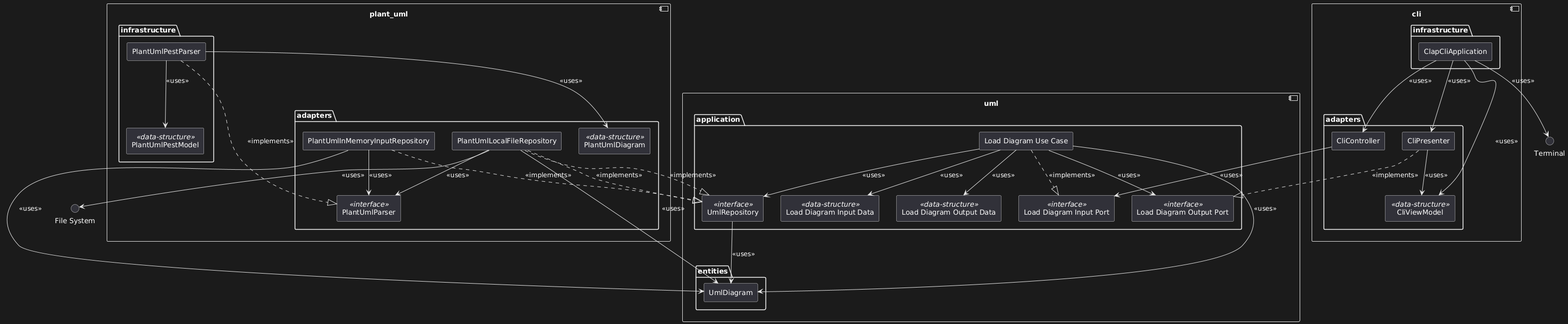
Earlier version of the PlantUML export docs/diagrams/rendered/uml_rs_full_architectural_layout.png (GabrielVander/uml-rs).
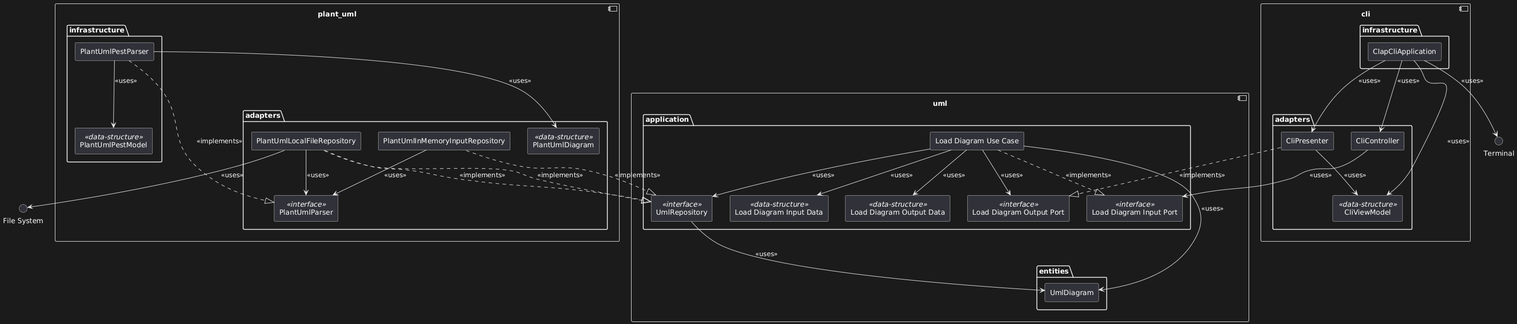
After the change.

Commit message:
Update full architecture diagram

Diff of the diagram source:
```diff
@@ -34,9 +34,7 @@
         rectangle PlantUmlDiagram as plant_uml_diagram <<data-structure>>
 
         plant_uml_local_file_repository ..|> uml_repository : <<implements>>
-        plant_uml_local_file_repository --> uml_diagram : <<uses>>
         plant_uml_in_memory_input_repository ..|> uml_repository : <<implements>>
-        plant_uml_in_memory_input_repository --> uml_diagram : <<uses>>
 
         plant_uml_local_file_repository --> plant_uml_parser : <<uses>>
         plant_uml_local_file_repository --> file_system : <<uses>>
```
